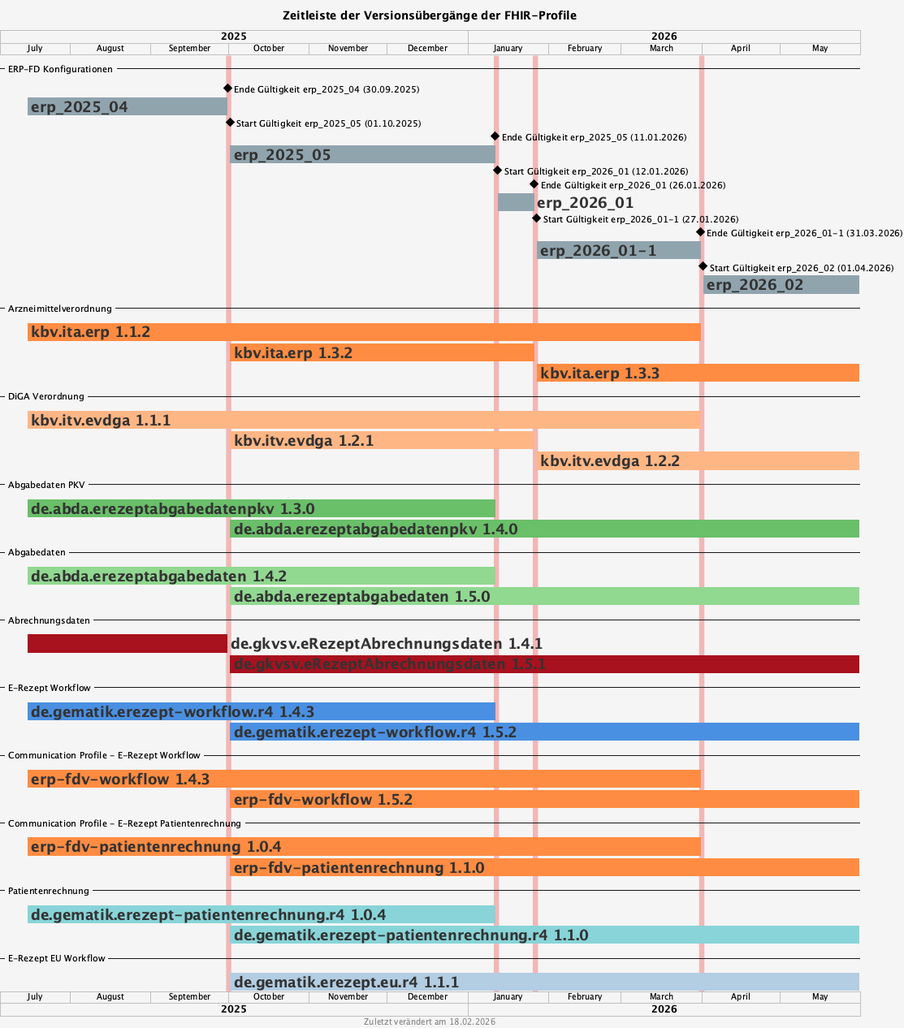
Earlier version of the PlantUML export images/puml_2025-10-01_fhir-transition_timeline.png (gematik/api-erp).
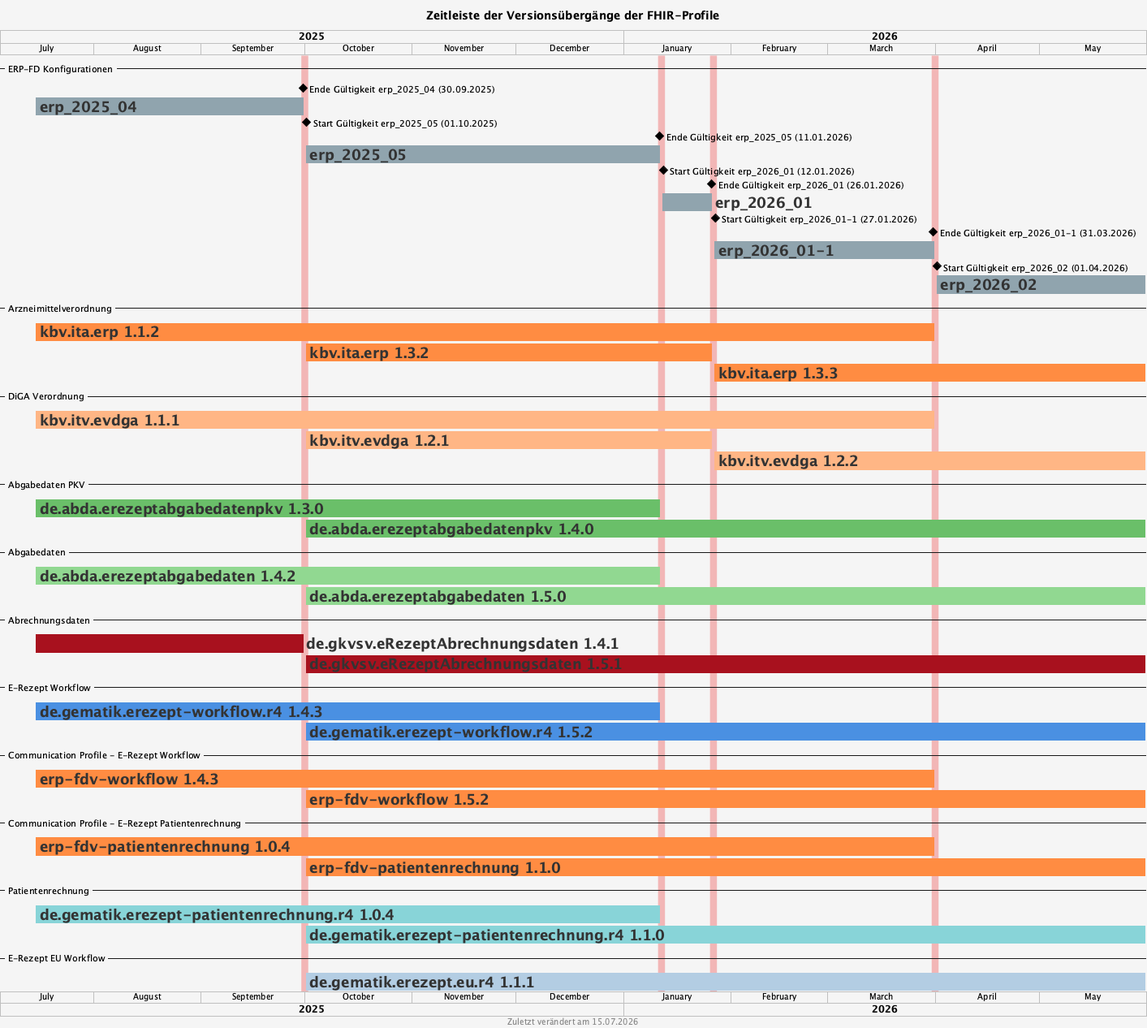
The same diagram one commit later.

Diff of the diagram source:
```diff
@@ -17,9 +17,9 @@
 </style>
 
 title Zeitleiste der Versionsübergänge der FHIR-Profile
-footer Zuletzt verändert am 18.02.2026
+footer Zuletzt verändert am 15.07.2026
 
-projectscale monthly zoom 3
+projectscale monthly zoom 4
 Project starts 2025-07-05
 
 -- ERP-FD Konfigurationen --
```
